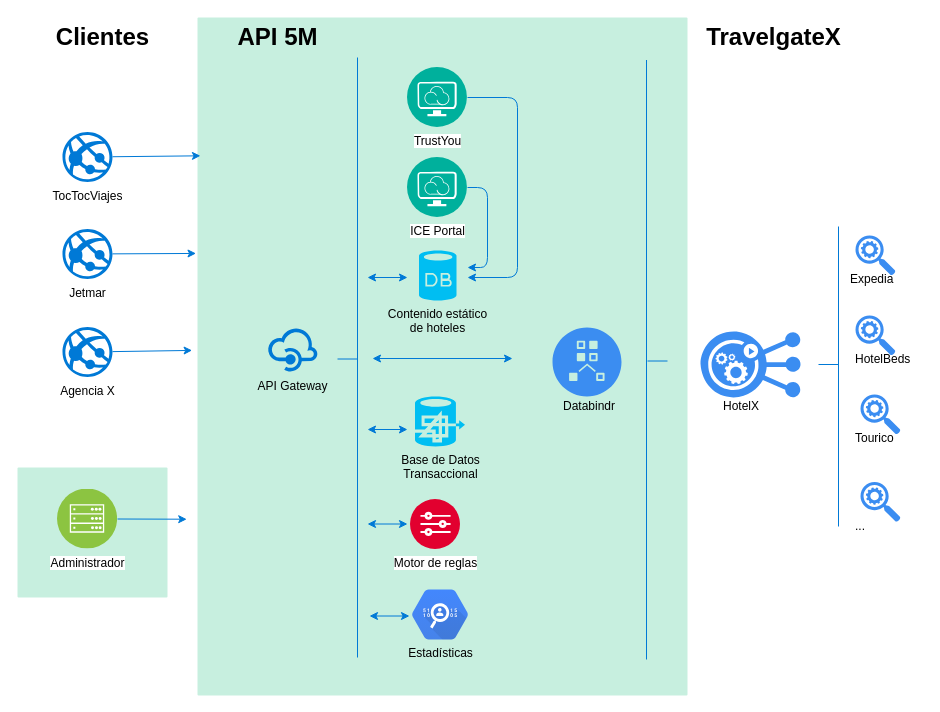
nan3co/crypto-twitter-bot keeps this draw.io diagram as page "Page-1" (1 of 2) of Untitled Diagram.drawio. Above is the earlier version. Source tidied: cells renumbered, new cells numbered last; positions are measured from the earlier drawing's top-left corner, leaving out a move shared by most shapes. Both pictures are drawn from the tidied source at 100%, with x=0, y=0 at pixel (17, 17).
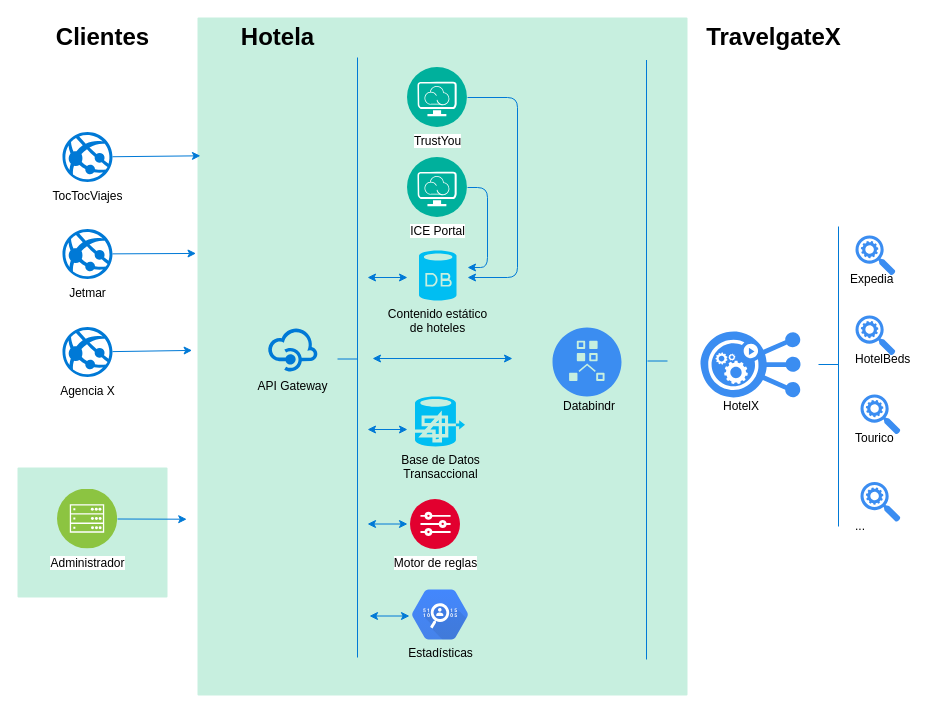
The same diagram, later.

Diff of the diagram source:
```diff
@@
-    <mxCell id="12" value="API 5M" style="text;strokeColor=none;fillColor=none;html=1;fontSize=24;fontStyle=1;verticalAlign=middle;align=center;" parent="1" vertex="1">
+    <mxCell id="12" value="Hotela" style="text;strokeColor=none;fillColor=none;html=1;fontSize=24;fontStyle=1;verticalAlign=middle;align=center;" parent="1" vertex="1">
       <mxGeometry x="210" width="100" height="40" as="geometry" />
     </mxCell>
```
